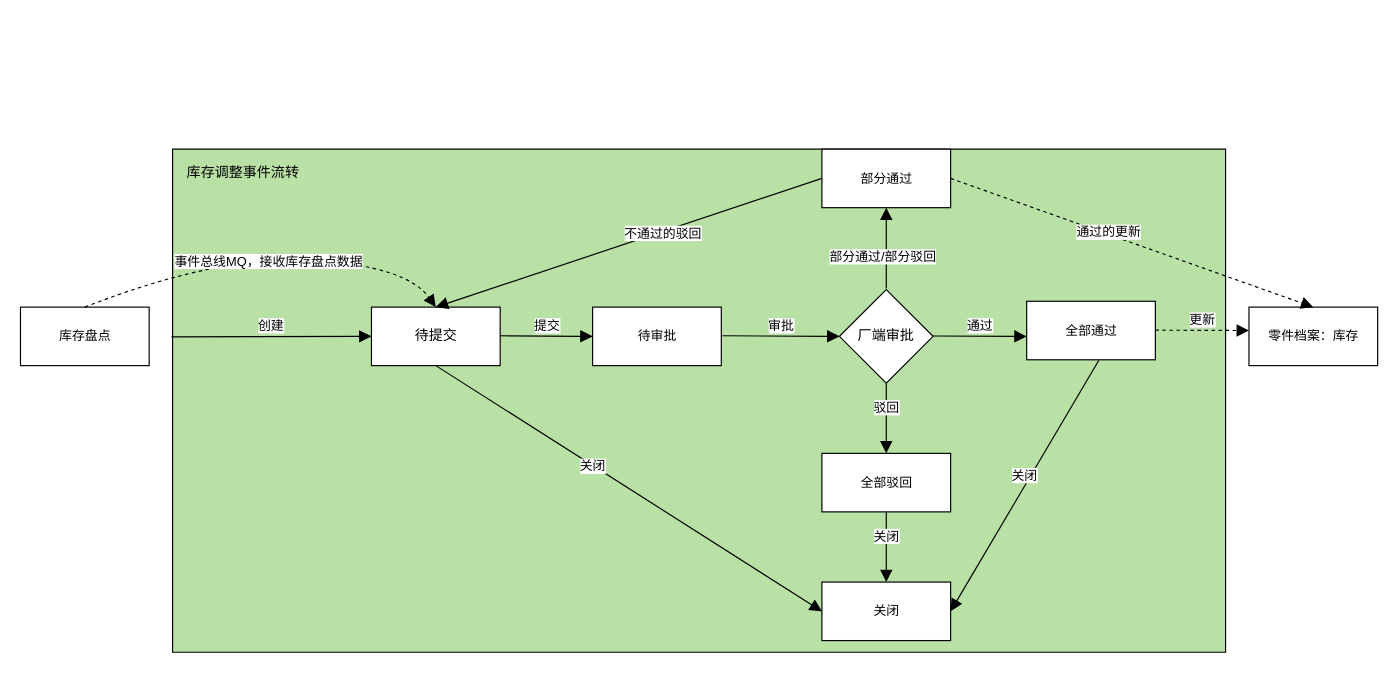
Earlier version of the draw.io diagram page "事件图" (3 of 4) of 库存调整申请单.drawio (1132489442/gitRepository1). Source tidied: cells renumbered, new cells numbered last; positions are measured from the earlier drawing's top-left corner, leaving out a move shared by most shapes. Both pictures are drawn from the tidied source at 117%, with x=0, y=0 at pixel (20, 149).
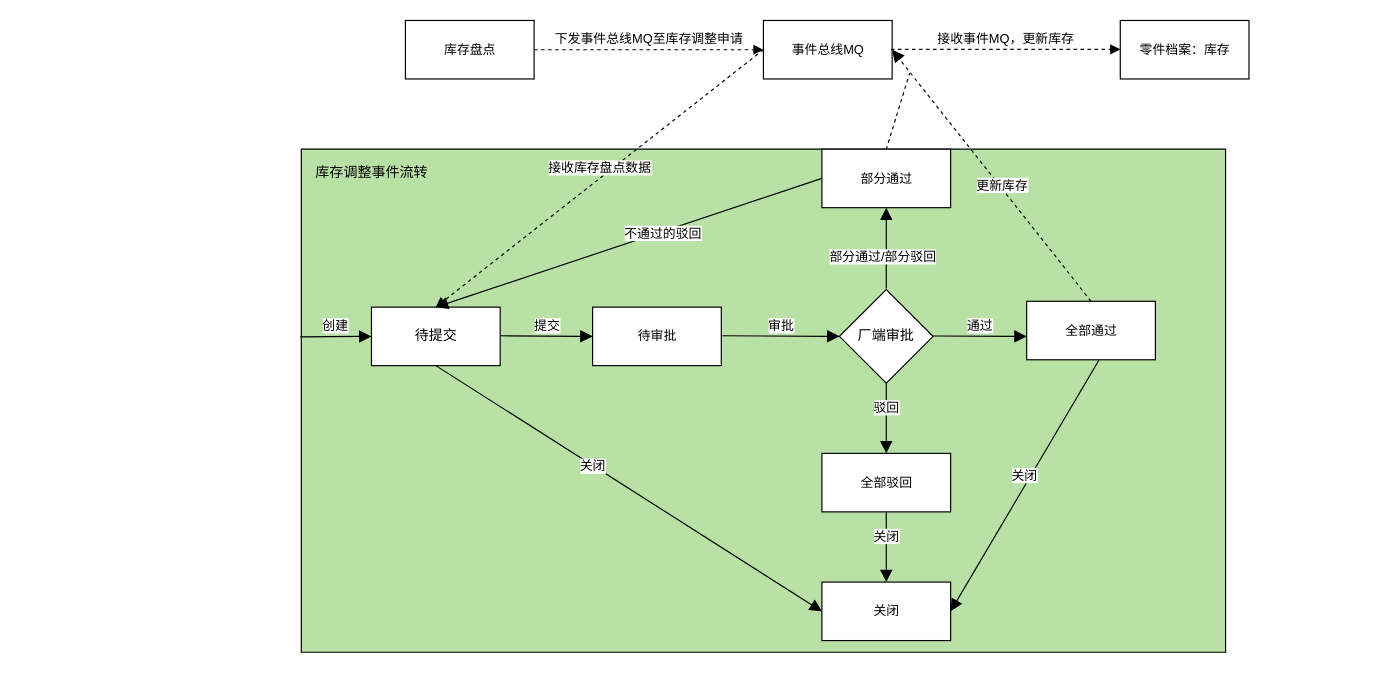
Above is the later version.

Commit message:
更新库存调整申请单.drawio

Unchanged cells that the change refers to:
```xml
<mxCell id="9" value="&lt;span style=&quot;font-size: 11px ; background-color: rgb(255 , 255 , 255)&quot;&gt;全部通过&lt;/span&gt;" style="html=1;fillColor=#FFFFFF;" parent="1" vertex="1">
  <mxGeometry x="860" y="130" width="110" height="50" as="geometry" />
</mxCell>
<mxCell id="10" value="&lt;span style=&quot;font-size: 11px ; background-color: rgb(255 , 255 , 255)&quot;&gt;部分通过&lt;/span&gt;" style="html=1;fillColor=#FFFFFF;" parent="1" vertex="1">
  <mxGeometry x="685" width="110" height="50" as="geometry" />
</mxCell>
<mxCell id="18" value="&lt;font face=&quot;helvetica&quot;&gt;待提交&lt;/font&gt;" style="html=1;fillColor=#FFFFFF;" parent="1" vertex="1">
  <mxGeometry x="300" y="135" width="110" height="50" as="geometry" />
</mxCell>
```

What changed in the source:
```diff
@@
     <mxCell id="2" style="verticalLabelPosition=bottom;verticalAlign=top;html=1;shape=mxgraph.basic.rect;fillColor2=none;strokeWidth=1;size=20;indent=5;fillColor=#B9E0A5;" parent="1" vertex="1">
-      <mxGeometry x="130" width="900" height="430" as="geometry" />
+      <mxGeometry x="240" width="790" height="430" as="geometry" />
     </mxCell>
     <mxCell id="3" value="库存调整事件流转" style="text;html=1;align=center;verticalAlign=middle;strokeColor=none;fillColor=none;" parent="1" vertex="1">
-      <mxGeometry x="135" y="10" width="110" height="20" as="geometry" />
+      <mxGeometry x="245" y="10" width="110" height="20" as="geometry" />
     </mxCell>
@@
     <mxCell id="20" value="&lt;span style=&quot;font-size: 11px ; background-color: rgb(255 , 255 , 255)&quot;&gt;库存盘点&lt;/span&gt;" style="html=1;fillColor=#FFFFFF;" parent="1" vertex="1">
-      <mxGeometry y="135" width="110" height="50" as="geometry" />
+      <mxGeometry x="329" y="-110" width="110" height="50" as="geometry" />
     </mxCell>
-    <mxCell id="21" style="curved=1;endArrow=block;html=1;rounded=0;dashed=1;exitX=0.5;exitY=0;exitDx=0;exitDy=0;entryX=0.5;entryY=0;entryDx=0;entryDy=0;endFill=1;endSize=8;" parent="1" edge="1" source="20" target="18">
-      <mxGeometry relative="1" as="geometry">
-        <Array as="points">
-          <mxPoint x="170" y="90" />
-          <mxPoint x="330" y="100" />
-        </Array>
-      </mxGeometry>
-    </mxCell>
-    <mxCell id="22" value="事件总线MQ，接收库存盘点数据" style="edgeLabel;html=1;align=center;verticalAlign=middle;" parent="21" vertex="1">
-      <mxGeometry x="0.01" y="-3" relative="1" as="geometry" />
-    </mxCell>
@@
     <mxCell id="24" value="&lt;span style=&quot;font-size: 11px ; background-color: rgb(255 , 255 , 255)&quot;&gt;零件档案：库存&lt;/span&gt;" style="html=1;fillColor=#FFFFFF;" parent="1" vertex="1">
-      <mxGeometry x="1050" y="135" width="110" height="50" as="geometry" />
+      <mxGeometry x="940" y="-110" width="110" height="50" as="geometry" />
     </mxCell>
-    <mxCell id="25" value="更新" style="html=1;verticalAlign=bottom;endArrow=block;rounded=0;endFill=1;endSize=8;dashed=1;" parent="1" edge="1">
-      <mxGeometry relative="1" as="geometry">
-        <mxPoint x="970" y="154.7" as="sourcePoint" />
-        <mxPoint x="1050" y="155" as="targetPoint" />
-      </mxGeometry>
+    <mxCell id="25" value="更新库存" style="html=1;verticalAlign=bottom;endArrow=block;rounded=0;endFill=1;endSize=8;dashed=1;exitX=0.5;exitY=0;exitDx=0;exitDy=0;entryX=1;entryY=0.5;entryDx=0;entryDy=0;" parent="1" edge="1" source="9" target="27">
+      <mxGeometry x="-0.14" y="4" relative="1" as="geometry" />
     </mxCell>
-    <mxCell id="26" value="通过的更新" style="html=1;verticalAlign=bottom;endArrow=block;rounded=0;endFill=1;endSize=8;dashed=1;entryX=0.5;entryY=0;entryDx=0;entryDy=0;exitX=1;exitY=0.5;exitDx=0;exitDy=0;" parent="1" edge="1" source="10" target="24">
-      <mxGeometry x="-0.11" y="-7" relative="1" as="geometry" />
-    </mxCell>
+    <mxCell id="27" value="&lt;span style=&quot;font-size: 11px ; background-color: rgb(255 , 255 , 255)&quot;&gt;事件总线MQ&lt;/span&gt;" style="html=1;fillColor=#FFFFFF;" parent="1" vertex="1">
+      <mxGeometry x="635" y="-110" width="110" height="50" as="geometry" />
+    </mxCell>
+    <mxCell id="28" value="下发事件总线MQ至库存调整申请" style="html=1;verticalAlign=bottom;endArrow=block;rounded=0;dashed=1;exitX=1;exitY=0.5;exitDx=0;exitDy=0;entryX=0;entryY=0.5;entryDx=0;entryDy=0;" parent="1" edge="1" source="20" target="27">
+      <mxGeometry relative="1" as="geometry" />
+    </mxCell>
+    <mxCell id="29" value="接收库存盘点数据" style="html=1;verticalAlign=bottom;endArrow=block;rounded=0;dashed=1;exitX=0;exitY=0.5;exitDx=0;exitDy=0;entryX=0.5;entryY=0;entryDx=0;entryDy=0;" parent="1" edge="1" source="27" target="18">
+      <mxGeometry relative="1" as="geometry" />
+    </mxCell>
+    <mxCell id="30" value="接收事件MQ，更新库存" style="html=1;verticalAlign=bottom;endArrow=block;rounded=0;dashed=1;exitX=1;exitY=0.5;exitDx=0;exitDy=0;entryX=0;entryY=0.5;entryDx=0;entryDy=0;" parent="1" edge="1">
+      <mxGeometry relative="1" as="geometry">
+        <mxPoint x="744" y="-85.3" as="sourcePoint" />
+        <mxPoint x="940" y="-85.3" as="targetPoint" />
+      </mxGeometry>
+    </mxCell>
+    <mxCell id="31" style="endArrow=none;dashed=1;html=1;rounded=0;curved=1;exitX=0.5;exitY=0;exitDx=0;exitDy=0;" parent="1" edge="1" source="10">
+      <mxGeometry relative="1" as="geometry">
+        <mxPoint x="760" y="-65" as="targetPoint" />
+      </mxGeometry>
+    </mxCell>
```
